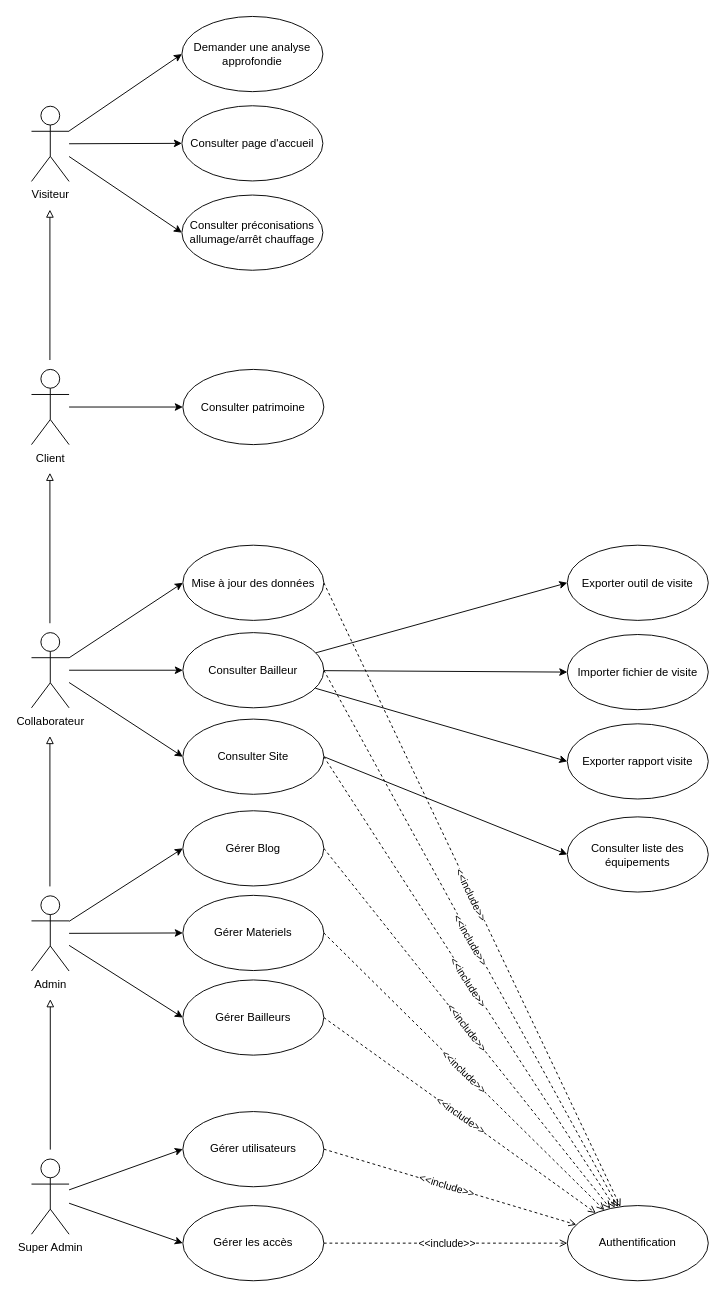
This is useCaseDiagGlobale.drawio from mbaananou/diagramsPipelette, a draw.io file, before an edit. Source tidied: cells renumbered, new cells numbered last; positions are measured from the earlier drawing's top-left corner, leaving out a move shared by most shapes. Both pictures are drawn from the tidied source at 94%, with x=0, y=0 at pixel (31, 16).
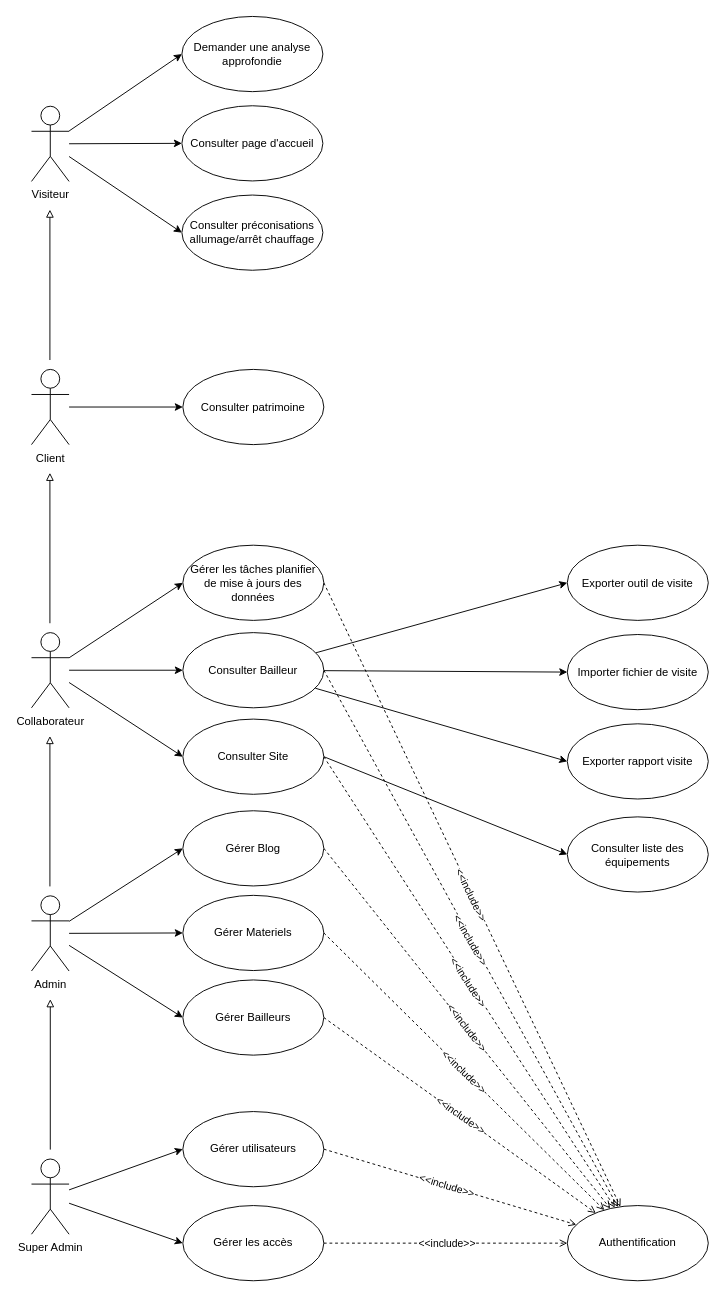
The same diagram, later.

Diff of the diagram source:
```diff
@@
-    <mxCell id="52" value="Mise à jour des données" style="ellipse;whiteSpace=wrap;html=1;" parent="1" vertex="1">
+    <mxCell id="52" value="Gérer les tâches planifier de mise à jours des données" style="ellipse;whiteSpace=wrap;html=1;" parent="1" vertex="1">
       <mxGeometry x="161" y="562.5" width="150" height="80" as="geometry" />
     </mxCell>
```
